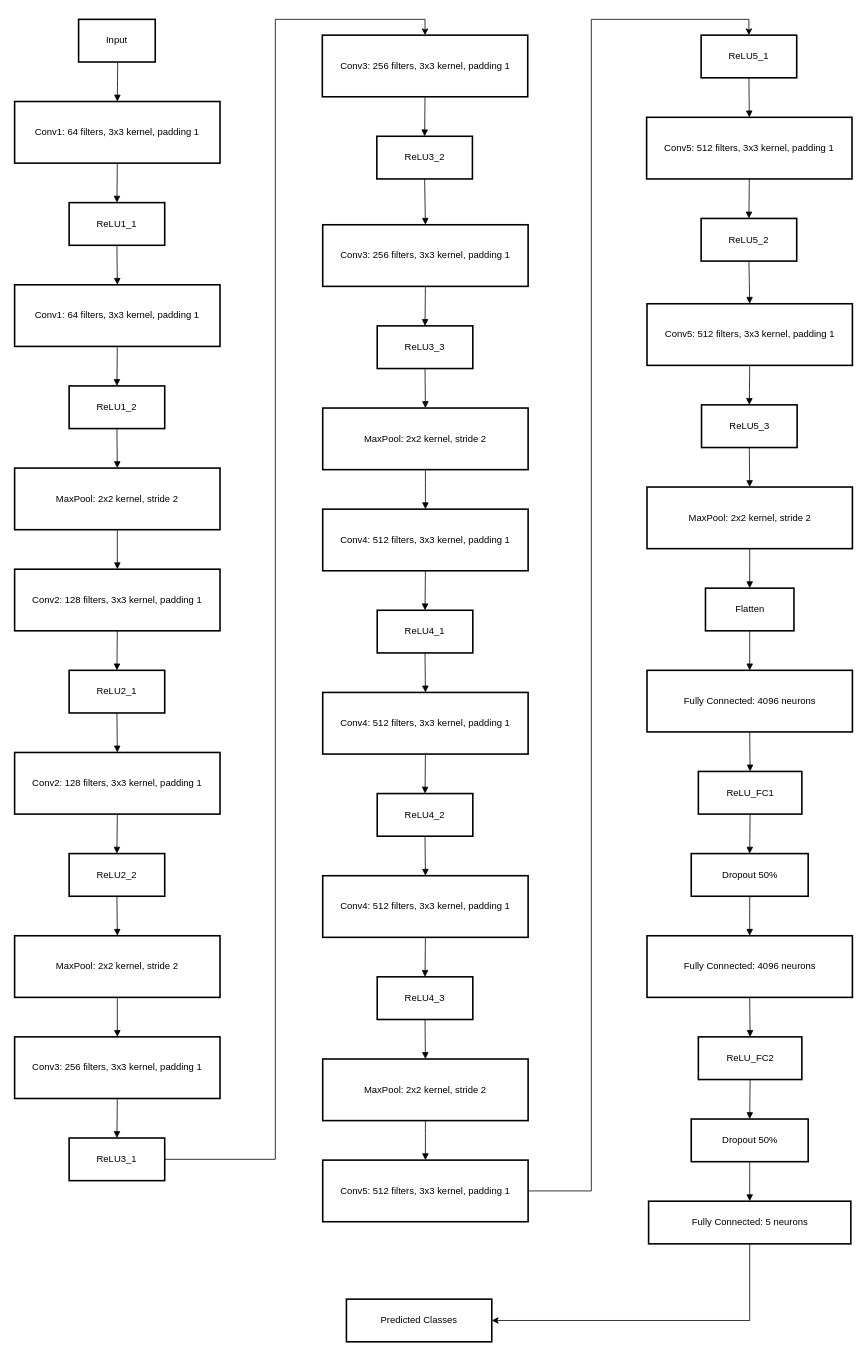
Before: VGG16Net Model .drawio in zft666zft/final-project, a draw.io diagram. Source tidied: cells renumbered, new cells numbered last; positions are measured from the earlier drawing's top-left corner, leaving out a move shared by most shapes. Both pictures are drawn from the tidied source at 79%, with x=0, y=0 at pixel (14, 19).
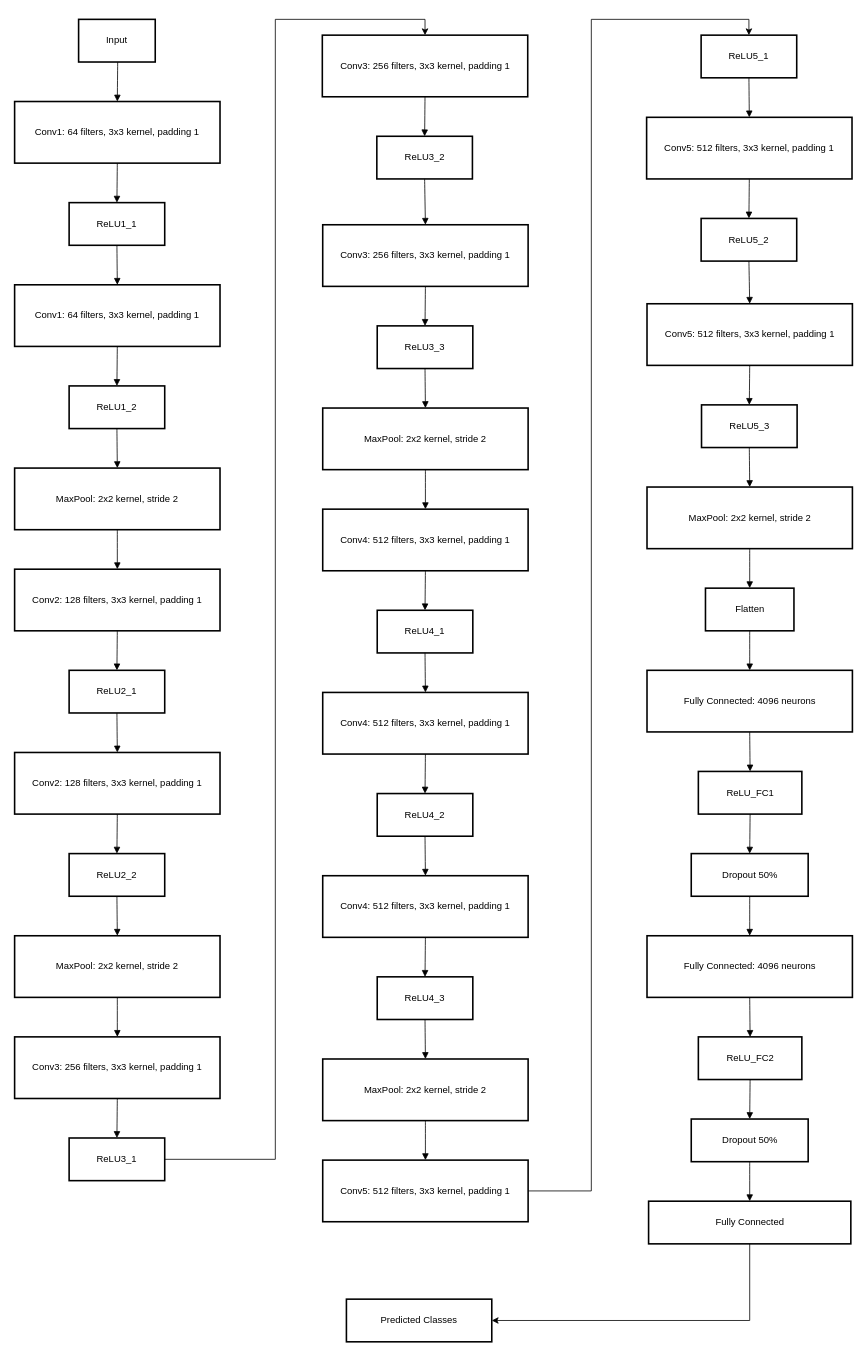
After the change.

Diff of the diagram source:
```diff
@@
-    <mxCell id="44" value="Fully Connected: 5 neurons" style="whiteSpace=wrap;strokeWidth=2;" parent="1" vertex="1">
+    <mxCell id="44" value="Fully Connected" style="whiteSpace=wrap;strokeWidth=2;" parent="1" vertex="1">
       <mxGeometry x="802.5" y="1496" width="256" height="54" as="geometry" />
     </mxCell>
```
